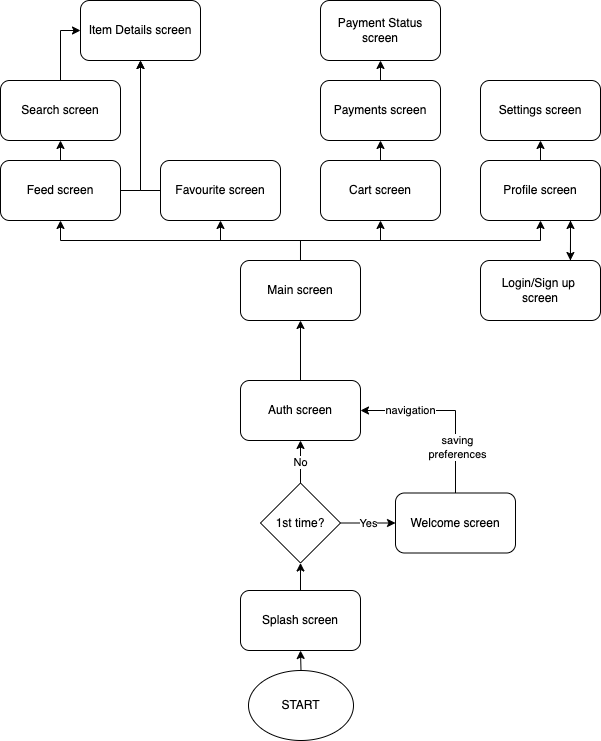
khyzhun/kravatka keeps this draw.io diagram as diagrams/Kravatka.png. Above is the earlier version. Source tidied: cells renumbered, new cells last; positions are measured from the earlier drawing's top-left corner, leaving out a move shared by most shapes. The source it was exported from:
```xml
<mxGraphModel>
  <root>
    <mxCell id="0" />
    <mxCell id="1" parent="0" />
    <mxCell id="2" style="edgeStyle=orthogonalEdgeStyle;rounded=0;jettySize=auto;html=1;exitX=0.5;exitY=0;exitDx=0;exitDy=0;entryX=0.5;entryY=1;entryDx=0;entryDy=0;" parent="1" edge="1" source="3" target="12">
      <mxGeometry relative="1" as="geometry" />
    </mxCell>
    <mxCell id="3" value="START" style="ellipse;whiteSpace=wrap;html=1;" parent="1" vertex="1">
      <mxGeometry x="248" y="670" width="105" height="70" as="geometry" />
    </mxCell>
    <mxCell id="4" value="Yes" style="edgeStyle=orthogonalEdgeStyle;rounded=0;jettySize=auto;html=1;exitX=1;exitY=0.5;exitDx=0;exitDy=0;entryX=0;entryY=0.5;entryDx=0;entryDy=0;" parent="1" edge="1" source="6" target="10">
      <mxGeometry relative="1" as="geometry" />
    </mxCell>
    <mxCell id="5" value="No" style="edgeStyle=orthogonalEdgeStyle;rounded=0;jettySize=auto;html=1;exitX=0.5;exitY=0;exitDx=0;exitDy=0;entryX=0.5;entryY=1;entryDx=0;entryDy=0;" parent="1" edge="1" source="6" target="14">
      <mxGeometry relative="1" as="geometry" />
    </mxCell>
    <mxCell id="6" value="1st time?" style="rhombus;whiteSpace=wrap;html=1;" parent="1" vertex="1">
      <mxGeometry x="260" y="482.5" width="80" height="80" as="geometry" />
    </mxCell>
    <mxCell id="7" style="edgeStyle=orthogonalEdgeStyle;rounded=0;jettySize=auto;html=1;exitX=0.5;exitY=0;exitDx=0;exitDy=0;entryX=1;entryY=0.5;entryDx=0;entryDy=0;" parent="1" edge="1" source="10" target="14">
      <mxGeometry relative="1" as="geometry" />
    </mxCell>
    <mxCell id="8" value="saving&lt;br&gt;preferences" style="edgeLabel;html=1;align=center;verticalAlign=middle;" parent="7" vertex="1">
      <mxGeometry x="-0.48" y="-1" relative="1" as="geometry" />
    </mxCell>
    <mxCell id="9" value="navigation" style="edgeLabel;html=1;align=center;verticalAlign=middle;" parent="7" vertex="1">
      <mxGeometry x="0.44" y="-1" relative="1" as="geometry" />
    </mxCell>
    <mxCell id="10" value="Welcome screen" style="rounded=1;whiteSpace=wrap;html=1;" parent="1" vertex="1">
      <mxGeometry x="395" y="492.5" width="120" height="60" as="geometry" />
    </mxCell>
    <mxCell id="11" style="edgeStyle=orthogonalEdgeStyle;rounded=0;jettySize=auto;html=1;exitX=0.5;exitY=0;exitDx=0;exitDy=0;entryX=0.5;entryY=1;entryDx=0;entryDy=0;" parent="1" edge="1" source="12" target="6">
      <mxGeometry relative="1" as="geometry" />
    </mxCell>
    <mxCell id="12" value="Splash screen" style="rounded=1;whiteSpace=wrap;html=1;" parent="1" vertex="1">
      <mxGeometry x="240" y="590" width="120" height="60" as="geometry" />
    </mxCell>
    <mxCell id="13" style="edgeStyle=orthogonalEdgeStyle;rounded=0;jettySize=auto;html=1;exitX=0.5;exitY=0;exitDx=0;exitDy=0;entryX=0.5;entryY=1;entryDx=0;entryDy=0;" parent="1" edge="1" source="14" target="19">
      <mxGeometry relative="1" as="geometry" />
    </mxCell>
    <mxCell id="14" value="Auth screen" style="rounded=1;whiteSpace=wrap;html=1;" parent="1" vertex="1">
      <mxGeometry x="240" y="380" width="120" height="60" as="geometry" />
    </mxCell>
    <mxCell id="15" style="edgeStyle=orthogonalEdgeStyle;rounded=0;jettySize=auto;html=1;exitX=0.5;exitY=0;exitDx=0;exitDy=0;entryX=0.5;entryY=1;entryDx=0;entryDy=0;" parent="1" edge="1" source="19" target="24">
      <mxGeometry relative="1" as="geometry" />
    </mxCell>
    <mxCell id="16" style="edgeStyle=orthogonalEdgeStyle;rounded=0;jettySize=auto;html=1;exitX=0.5;exitY=0;exitDx=0;exitDy=0;entryX=0.5;entryY=1;entryDx=0;entryDy=0;" parent="1" edge="1" source="19" target="26">
      <mxGeometry relative="1" as="geometry" />
    </mxCell>
    <mxCell id="17" style="edgeStyle=orthogonalEdgeStyle;rounded=0;jettySize=auto;html=1;exitX=0.5;exitY=0;exitDx=0;exitDy=0;entryX=0.5;entryY=1;entryDx=0;entryDy=0;" parent="1" edge="1" source="19" target="31">
      <mxGeometry relative="1" as="geometry" />
    </mxCell>
    <mxCell id="18" style="edgeStyle=orthogonalEdgeStyle;rounded=0;jettySize=auto;html=1;exitX=0.5;exitY=0;exitDx=0;exitDy=0;entryX=0.5;entryY=1;entryDx=0;entryDy=0;" parent="1" edge="1" source="19" target="28">
      <mxGeometry relative="1" as="geometry" />
    </mxCell>
    <mxCell id="19" value="Main screen" style="rounded=1;whiteSpace=wrap;html=1;" parent="1" vertex="1">
      <mxGeometry x="240" y="260" width="120" height="60" as="geometry" />
    </mxCell>
    <mxCell id="20" style="edgeStyle=orthogonalEdgeStyle;rounded=0;jettySize=auto;html=1;exitX=0.75;exitY=0;exitDx=0;exitDy=0;entryX=0.75;entryY=1;entryDx=0;entryDy=0;" parent="1" edge="1" source="21" target="31">
      <mxGeometry relative="1" as="geometry" />
    </mxCell>
    <mxCell id="21" value="Login/Sign up &lt;br&gt;screen" style="rounded=1;whiteSpace=wrap;html=1;" parent="1" vertex="1">
      <mxGeometry x="480" y="260" width="120" height="60" as="geometry" />
    </mxCell>
    <mxCell id="22" style="edgeStyle=orthogonalEdgeStyle;rounded=0;jettySize=auto;html=1;exitX=0.5;exitY=0;exitDx=0;exitDy=0;entryX=0.5;entryY=1;entryDx=0;entryDy=0;" parent="1" edge="1" source="24" target="36">
      <mxGeometry relative="1" as="geometry" />
    </mxCell>
    <mxCell id="23" style="edgeStyle=orthogonalEdgeStyle;rounded=0;jettySize=auto;html=1;exitX=1;exitY=0.5;exitDx=0;exitDy=0;entryX=0.5;entryY=1;entryDx=0;entryDy=0;" parent="1" edge="1" source="24" target="37">
      <mxGeometry relative="1" as="geometry" />
    </mxCell>
    <mxCell id="24" value="Feed screen" style="rounded=1;whiteSpace=wrap;html=1;" parent="1" vertex="1">
      <mxGeometry y="160" width="120" height="60" as="geometry" />
    </mxCell>
    <mxCell id="25" style="edgeStyle=orthogonalEdgeStyle;rounded=0;jettySize=auto;html=1;exitX=0;exitY=0.5;exitDx=0;exitDy=0;" parent="1" edge="1" source="26" target="37">
      <mxGeometry relative="1" as="geometry" />
    </mxCell>
    <mxCell id="26" value="Favourite screen" style="rounded=1;whiteSpace=wrap;html=1;" parent="1" vertex="1">
      <mxGeometry x="160" y="160" width="120" height="60" as="geometry" />
    </mxCell>
    <mxCell id="27" style="edgeStyle=orthogonalEdgeStyle;rounded=0;jettySize=auto;html=1;exitX=0.5;exitY=0;exitDx=0;exitDy=0;entryX=0.5;entryY=1;entryDx=0;entryDy=0;" parent="1" edge="1" source="28" target="34">
      <mxGeometry relative="1" as="geometry" />
    </mxCell>
    <mxCell id="28" value="Cart screen" style="rounded=1;whiteSpace=wrap;html=1;" parent="1" vertex="1">
      <mxGeometry x="320" y="160" width="120" height="60" as="geometry" />
    </mxCell>
    <mxCell id="29" style="edgeStyle=orthogonalEdgeStyle;rounded=0;jettySize=auto;html=1;exitX=0.5;exitY=0;exitDx=0;exitDy=0;entryX=0.5;entryY=1;entryDx=0;entryDy=0;" parent="1" edge="1" source="31" target="32">
      <mxGeometry relative="1" as="geometry" />
    </mxCell>
    <mxCell id="30" style="edgeStyle=orthogonalEdgeStyle;rounded=0;jettySize=auto;html=1;exitX=0.75;exitY=1;exitDx=0;exitDy=0;" parent="1" edge="1" source="31">
      <mxGeometry relative="1" as="geometry">
        <mxPoint x="569.9" y="260" as="targetPoint" />
      </mxGeometry>
    </mxCell>
    <mxCell id="31" value="Profile screen" style="rounded=1;whiteSpace=wrap;html=1;" parent="1" vertex="1">
      <mxGeometry x="480" y="160" width="120" height="60" as="geometry" />
    </mxCell>
    <mxCell id="32" value="Settings screen" style="rounded=1;whiteSpace=wrap;html=1;" parent="1" vertex="1">
      <mxGeometry x="480" y="80" width="120" height="60" as="geometry" />
    </mxCell>
    <mxCell id="33" style="edgeStyle=orthogonalEdgeStyle;rounded=0;jettySize=auto;html=1;exitX=0.5;exitY=0;exitDx=0;exitDy=0;entryX=0.5;entryY=1;entryDx=0;entryDy=0;" parent="1" edge="1" source="34" target="38">
      <mxGeometry relative="1" as="geometry" />
    </mxCell>
    <mxCell id="34" value="Payments screen" style="rounded=1;whiteSpace=wrap;html=1;" parent="1" vertex="1">
      <mxGeometry x="320" y="80" width="120" height="60" as="geometry" />
    </mxCell>
    <mxCell id="35" style="edgeStyle=orthogonalEdgeStyle;rounded=0;jettySize=auto;html=1;exitX=0.5;exitY=0;exitDx=0;exitDy=0;entryX=0;entryY=0.5;entryDx=0;entryDy=0;" parent="1" edge="1" source="36" target="37">
      <mxGeometry relative="1" as="geometry" />
    </mxCell>
    <mxCell id="36" value="Search screen" style="rounded=1;whiteSpace=wrap;html=1;" parent="1" vertex="1">
      <mxGeometry y="80" width="120" height="60" as="geometry" />
    </mxCell>
    <mxCell id="37" value="Item Details screen" style="rounded=1;whiteSpace=wrap;html=1;" parent="1" vertex="1">
      <mxGeometry x="80" width="120" height="60" as="geometry" />
    </mxCell>
    <mxCell id="38" value="Payment Status screen" style="rounded=1;whiteSpace=wrap;html=1;" parent="1" vertex="1">
      <mxGeometry x="320" width="120" height="60" as="geometry" />
    </mxCell>
  </root>
</mxGraphModel>
```
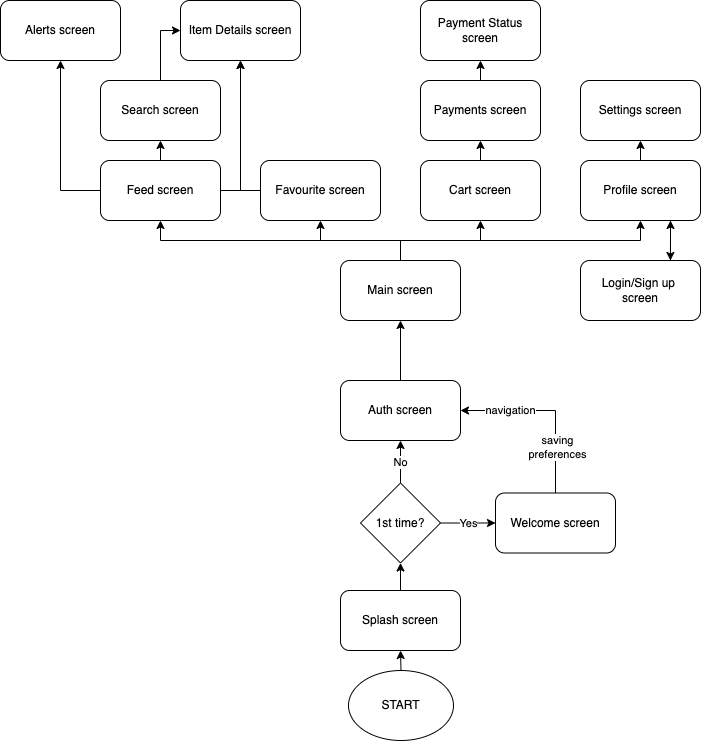
Later version of the same file.

What changed in the source:
```diff
@@ -68,6 +68,9 @@
     <mxCell id="23" style="edgeStyle=orthogonalEdgeStyle;rounded=0;jettySize=auto;html=1;exitX=1;exitY=0.5;exitDx=0;exitDy=0;entryX=0.5;entryY=1;entryDx=0;entryDy=0;" parent="1" edge="1" source="24" target="37">
       <mxGeometry relative="1" as="geometry" />
     </mxCell>
+    <mxCell id="39" style="edgeStyle=orthogonalEdgeStyle;rounded=0;jettySize=auto;html=1;exitX=0;exitY=0.5;exitDx=0;exitDy=0;entryX=0.5;entryY=1;entryDx=0;entryDy=0;" parent="1" edge="1" source="24" target="40">
+      <mxGeometry relative="1" as="geometry" />
+    </mxCell>
     <mxCell id="24" value="Feed screen" style="rounded=1;whiteSpace=wrap;html=1;" parent="1" vertex="1">
       <mxGeometry y="160" width="120" height="60" as="geometry" />
     </mxCell>
@@ -115,5 +118,8 @@
     <mxCell id="38" value="Payment Status screen" style="rounded=1;whiteSpace=wrap;html=1;" parent="1" vertex="1">
       <mxGeometry x="320" width="120" height="60" as="geometry" />
     </mxCell>
+    <mxCell id="40" value="Alerts screen" style="rounded=1;whiteSpace=wrap;html=1;" parent="1" vertex="1">
+      <mxGeometry x="-100" width="120" height="60" as="geometry" />
+    </mxCell>
   </root>
 </mxGraphModel>
```
